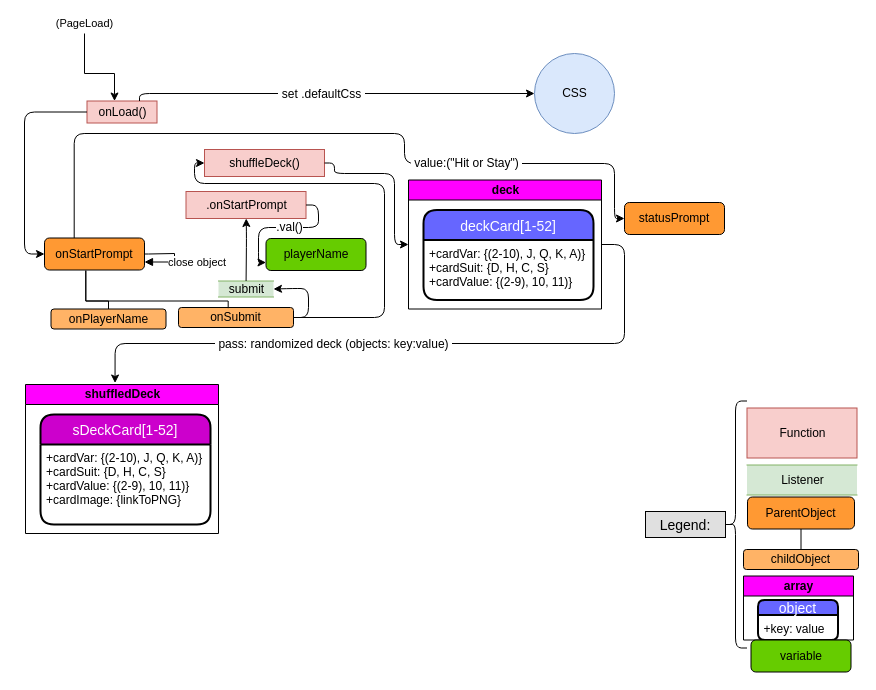
This is page "jsControlFlow" (1 of 2) of project/Ga-Project1-WireFrames.drawio from sageguy09/ga-project1-blackjack, a draw.io file, before an edit. Source tidied: cells renumbered, new cells numbered last; positions are measured from the earlier drawing's top-left corner, leaving out a move shared by most shapes. Both pictures are drawn from the tidied source at 100%, with x=0, y=0 at pixel (24, 23).
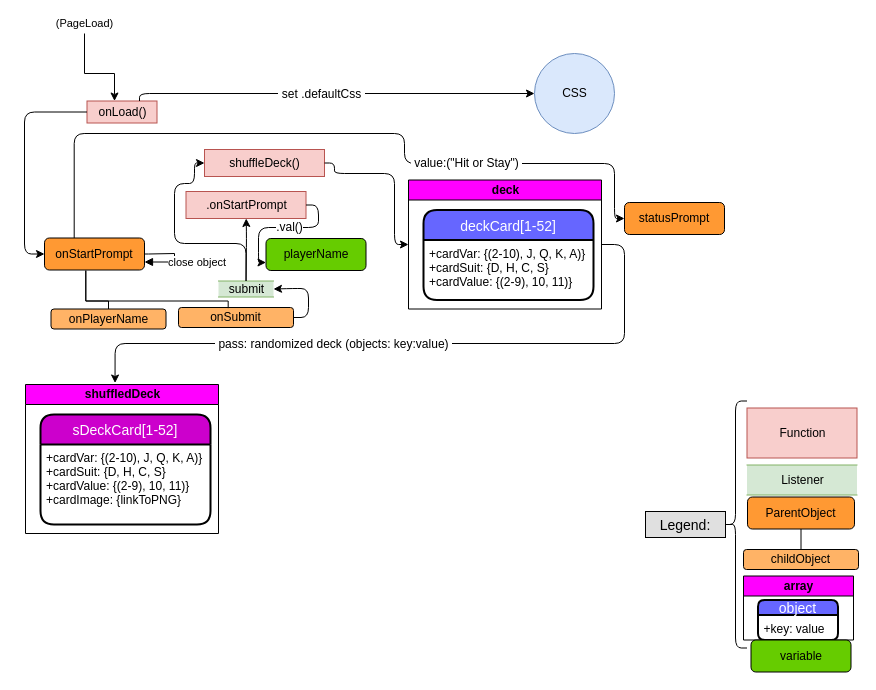
The same diagram, later.

Commit message:
updated line driection to shuffleDeck().

The change refers to these unchanged cells:
```xml
<mxCell id="14" value="onSubmit" style="rounded=1;whiteSpace=wrap;html=1;fillColor=#FFB366;" parent="1" vertex="1">
  <mxGeometry x="154" y="284" width="115" height="20" as="geometry" />
</mxCell>
<mxCell id="22" value="submit" style="html=1;dashed=0;whitespace=wrap;shape=partialRectangle;right=0;left=0;fillColor=#d5e8d4;strokeColor=#82b366;" parent="1" vertex="1">
  <mxGeometry x="194" y="257.5" width="55" height="16" as="geometry" />
</mxCell>
<mxCell id="28" value="shuffleDeck()" style="html=1;dashed=0;whitespace=wrap;fillColor=#f8cecc;strokeColor=#b85450;" parent="1" vertex="1">
  <mxGeometry x="180" y="126" width="120" height="27" as="geometry" />
</mxCell>
```

What changed in the source:
```diff
@@
-    <mxCell id="27" style="edgeStyle=orthogonalEdgeStyle;endArrow=classic;html=1;elbow=vertical;entryX=0;entryY=0.5;entryDx=0;entryDy=0;" parent="1" edge="1" source="14" target="28">
+    <mxCell id="27" style="edgeStyle=orthogonalEdgeStyle;endArrow=classic;html=1;elbow=vertical;entryX=0;entryY=0.5;entryDx=0;entryDy=0;exitX=0.5;exitY=0;exitDx=0;exitDy=0;" parent="1" edge="1" source="22" target="28">
       <mxGeometry relative="1" as="geometry">
         <Array as="points">
-          <mxPoint x="360" y="294" />
-          <mxPoint x="360" y="160" />
+          <mxPoint x="222" y="220" />
+          <mxPoint x="150" y="220" />
+          <mxPoint x="150" y="160" />
           <mxPoint x="170" y="160" />
           <mxPoint x="170" y="140" />
         </Array>
       </mxGeometry>
     </mxCell>
```
